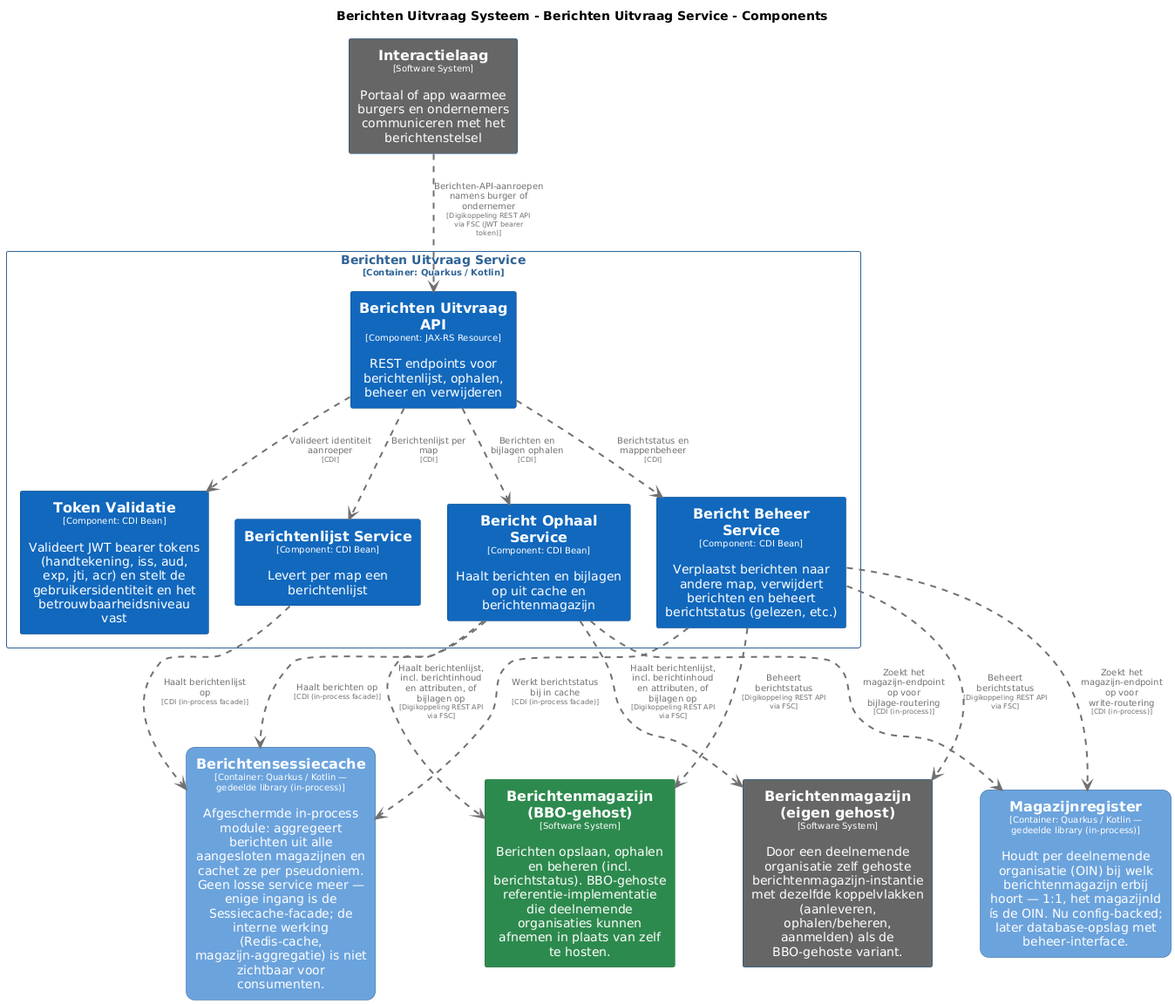
This is master/png/BerichtenUitvraagServiceComponenten.png from MinBZK/moza-poc-fbs-berichtenbox, a PlantUML export, as it was before one commit.
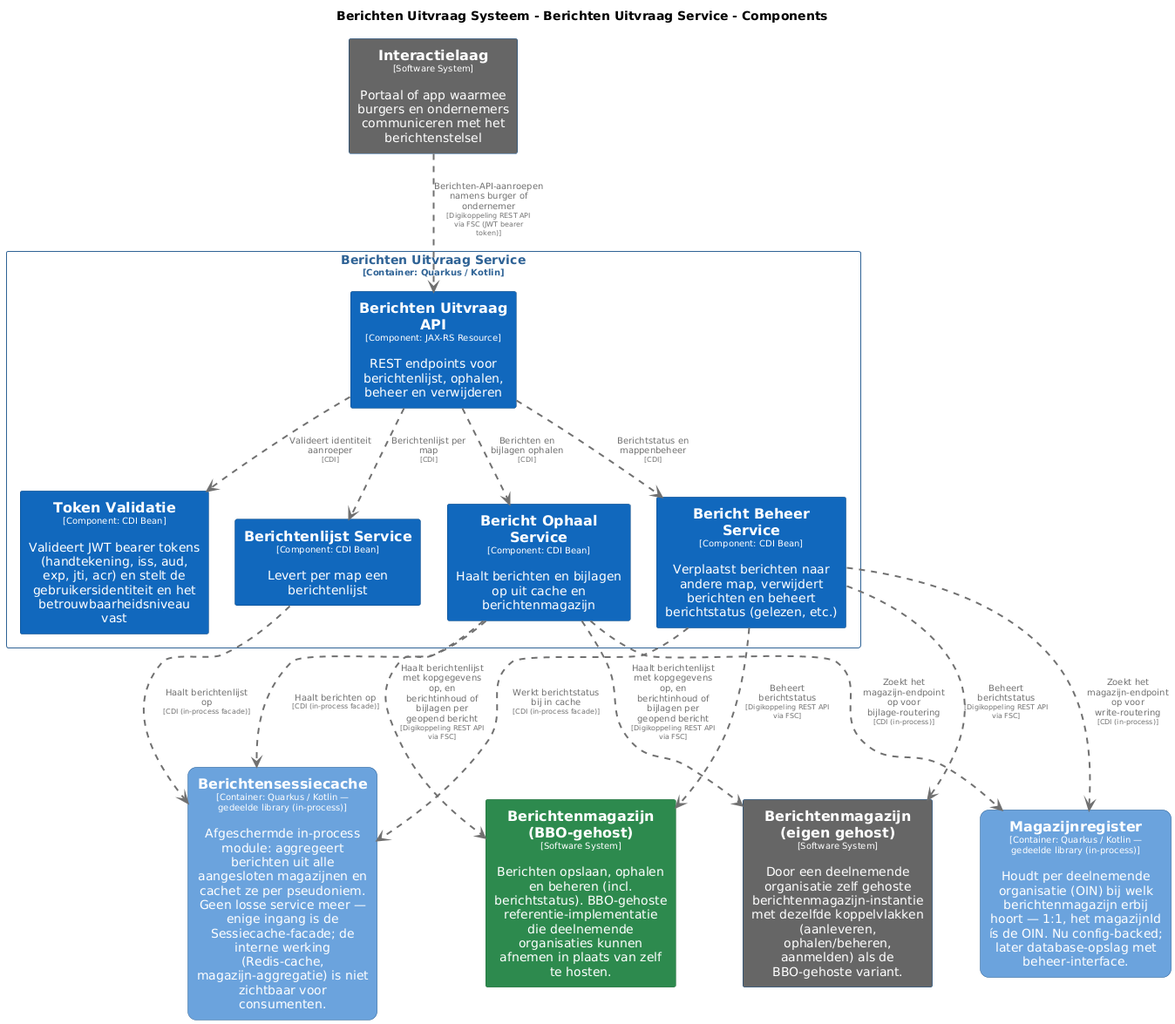
After the commit.

The edit, as a diff of the source:
```diff
@@ -98,9 +98,9 @@
 }
 
 Interactielaag .[#707070,thickness=2].> BerichtenUitvraagSysteem.BerichtenUitvraagService.BerichtenUitvraagAPI : "<color:#707070>Berichten-API-aanroepen namens burger of ondernemer\n<color:#707070><size:8>[Digikoppeling REST API via FSC (JWT bearer token)]</size>"
-BerichtenUitvraagSysteem.BerichtenUitvraagService.BerichtOphaalService .[#707070,thickness=2].> BerichtenmagazijnBBOgehost : "<color:#707070>Haalt berichtenlijst, incl. berichtinhoud en attributen, of bijlagen op\n<color:#707070><size:8>[Digikoppeling REST API via FSC]</size>"
+BerichtenUitvraagSysteem.BerichtenUitvraagService.BerichtOphaalService .[#707070,thickness=2].> BerichtenmagazijnBBOgehost : "<color:#707070>Haalt berichtenlijst met kopgegevens op, en berichtinhoud of bijlagen per geopend bericht\n<color:#707070><size:8>[Digikoppeling REST API via FSC]</size>"
 BerichtenUitvraagSysteem.BerichtenUitvraagService.BerichtBeheerService .[#707070,thickness=2].> BerichtenmagazijnBBOgehost : "<color:#707070>Beheert berichtstatus\n<color:#707070><size:8>[Digikoppeling REST API via FSC]</size>"
-BerichtenUitvraagSysteem.BerichtenUitvraagService.BerichtOphaalService .[#707070,thickness=2].> Berichtenmagazijneigengehost : "<color:#707070>Haalt berichtenlijst, incl. berichtinhoud en attributen, of bijlagen op\n<color:#707070><size:8>[Digikoppeling REST API via FSC]</size>"
+BerichtenUitvraagSysteem.BerichtenUitvraagService.BerichtOphaalService .[#707070,thickness=2].> Berichtenmagazijneigengehost : "<color:#707070>Haalt berichtenlijst met kopgegevens op, en berichtinhoud of bijlagen per geopend bericht\n<color:#707070><size:8>[Digikoppeling REST API via FSC]</size>"
 BerichtenUitvraagSysteem.BerichtenUitvraagService.BerichtBeheerService .[#707070,thickness=2].> Berichtenmagazijneigengehost : "<color:#707070>Beheert berichtstatus\n<color:#707070><size:8>[Digikoppeling REST API via FSC]</size>"
 BerichtenUitvraagSysteem.BerichtenUitvraagService.BerichtenUitvraagAPI .[#707070,thickness=2].> BerichtenUitvraagSysteem.BerichtenUitvraagService.TokenValidatie : "<color:#707070>Valideert identiteit aanroeper\n<color:#707070><size:8>[CDI]</size>"
 BerichtenUitvraagSysteem.BerichtenUitvraagService.BerichtenUitvraagAPI .[#707070,thickness=2].> BerichtenUitvraagSysteem.BerichtenUitvraagService.BerichtenlijstService : "<color:#707070>Berichtenlijst per map\n<color:#707070><size:8>[CDI]</size>"
```
